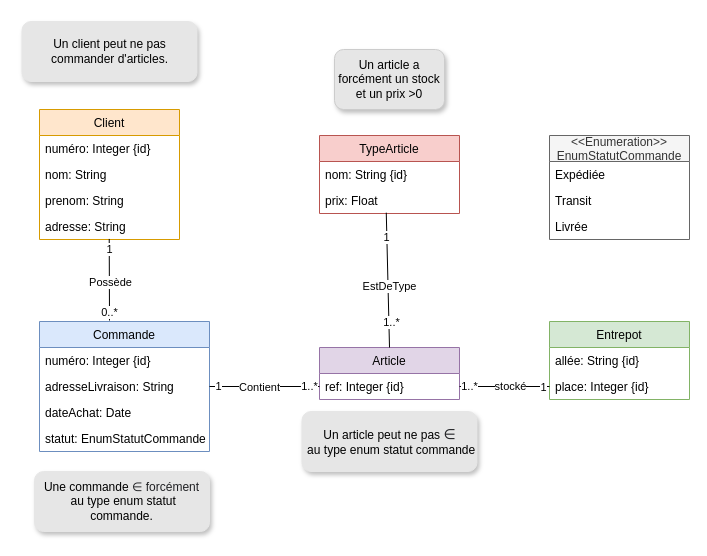
Above: Projet.drawio in riad73/INF403 (draw.io), before the change. Source tidied: cells renumbered, new cells numbered last; positions are measured from the earlier drawing's top-left corner, leaving out a move shared by most shapes. Both pictures are drawn from the tidied source at 100%, with x=0, y=0 at pixel (21, 21).
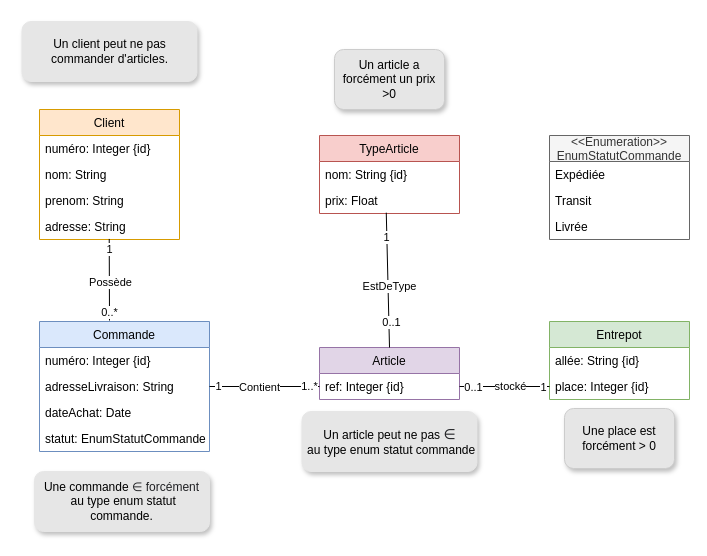
After the change.

Unchanged cells that the change refers to:
```xml
<mxCell id="21" style="endArrow=none;html=1;exitX=1;exitY=0.5;exitDx=0;exitDy=0;" parent="1" edge="1" target="11">
  <mxGeometry relative="1" as="geometry">
    <mxPoint x="438" y="365" as="sourcePoint" />
  </mxGeometry>
</mxCell>
<mxCell id="32" style="endArrow=none;html=1;exitX=0.5;exitY=0;exitDx=0;exitDy=0;entryX=0.477;entryY=0.969;entryDx=0;entryDy=0;entryPerimeter=0;" parent="1" edge="1" source="7" target="31">
  <mxGeometry relative="1" as="geometry" />
</mxCell>
```

Diff of the diagram source:
```diff
@@
-    <mxCell id="24" value="1..*" style="edgeLabel;html=1;align=center;verticalAlign=middle;" parent="21" vertex="1">
+    <mxCell id="24" value="0..1" style="edgeLabel;html=1;align=center;verticalAlign=middle;" parent="21" vertex="1">
       <mxGeometry x="-0.88" y="1" relative="1" as="geometry">
-        <mxPoint x="4.7" as="offset" />
+        <mxPoint x="8" y="1" as="offset" />
       </mxGeometry>
     </mxCell>
@@
-    <mxCell id="33" value="1..*" style="edgeLabel;html=1;align=center;verticalAlign=middle;" parent="32" vertex="1">
+    <mxCell id="33" value="0..1" style="edgeLabel;html=1;align=center;verticalAlign=middle;" parent="32" vertex="1">
       <mxGeometry x="-0.63" y="-2" relative="1" as="geometry" />
     </mxCell>
@@
-    <mxCell id="41" value="Un article a forcément un stock et un prix &amp;gt;0" style="shape=ext;rounded=1;html=1;whiteSpace=wrap;fillColor=#E6E6E6;shadow=1;strokeColor=#CCCCCC;" parent="1" vertex="1">
+    <mxCell id="41" value="Un article a forcément un prix &amp;gt;0" style="shape=ext;rounded=1;html=1;whiteSpace=wrap;fillColor=#E6E6E6;shadow=1;strokeColor=#CCCCCC;" parent="1" vertex="1">
       <mxGeometry x="313" y="28" width="110" height="60" as="geometry" />
     </mxCell>
@@
+    <mxCell id="44" value="Une place est forcément &amp;gt; 0" style="shape=ext;rounded=1;html=1;whiteSpace=wrap;fillColor=#E6E6E6;shadow=1;strokeColor=#CCCCCC;" parent="1" vertex="1">
+      <mxGeometry x="543" y="387" width="110" height="60" as="geometry" />
+    </mxCell>
```
